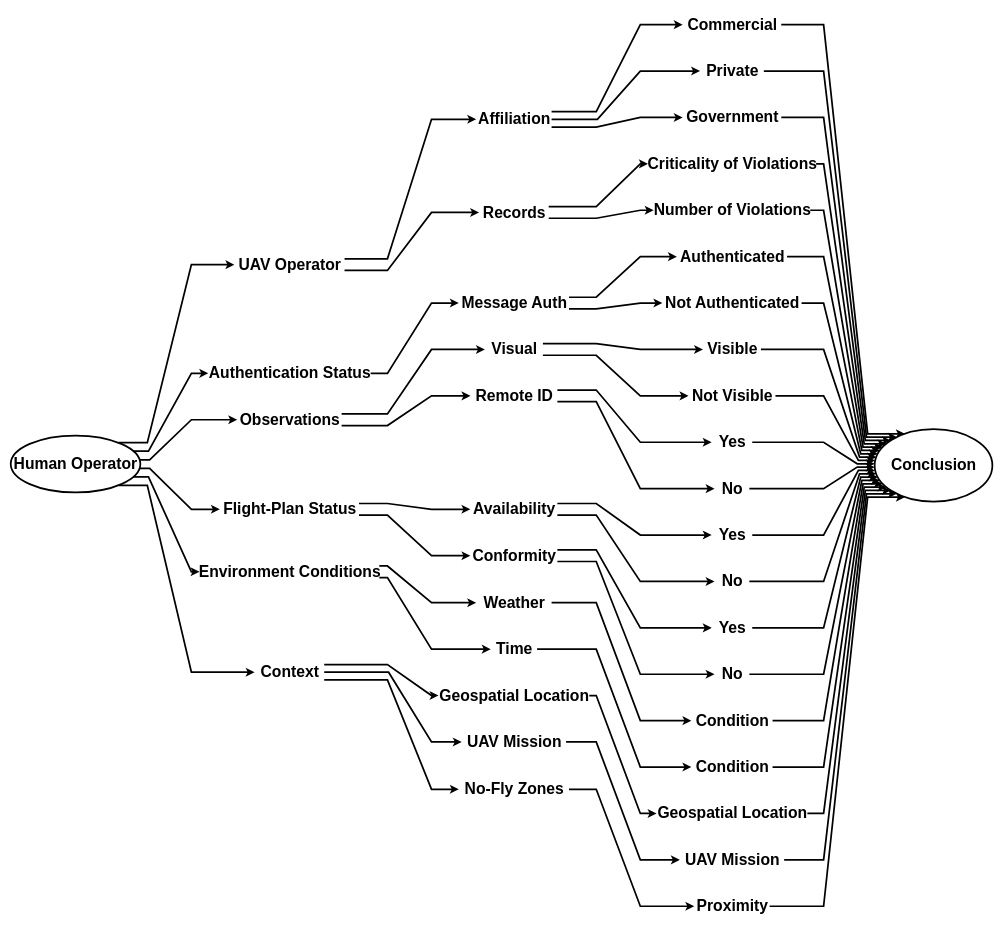
Above: GenZero/UTM-decision-complexity.drawio in madatr/UTM-Diagrams (draw.io), before the change. Source tidied: cells renumbered, new cells numbered last; positions are measured from the earlier drawing's top-left corner, leaving out a move shared by most shapes. Both pictures are drawn from the tidied source at 58%, with x=0, y=0 at pixel (10, 10).
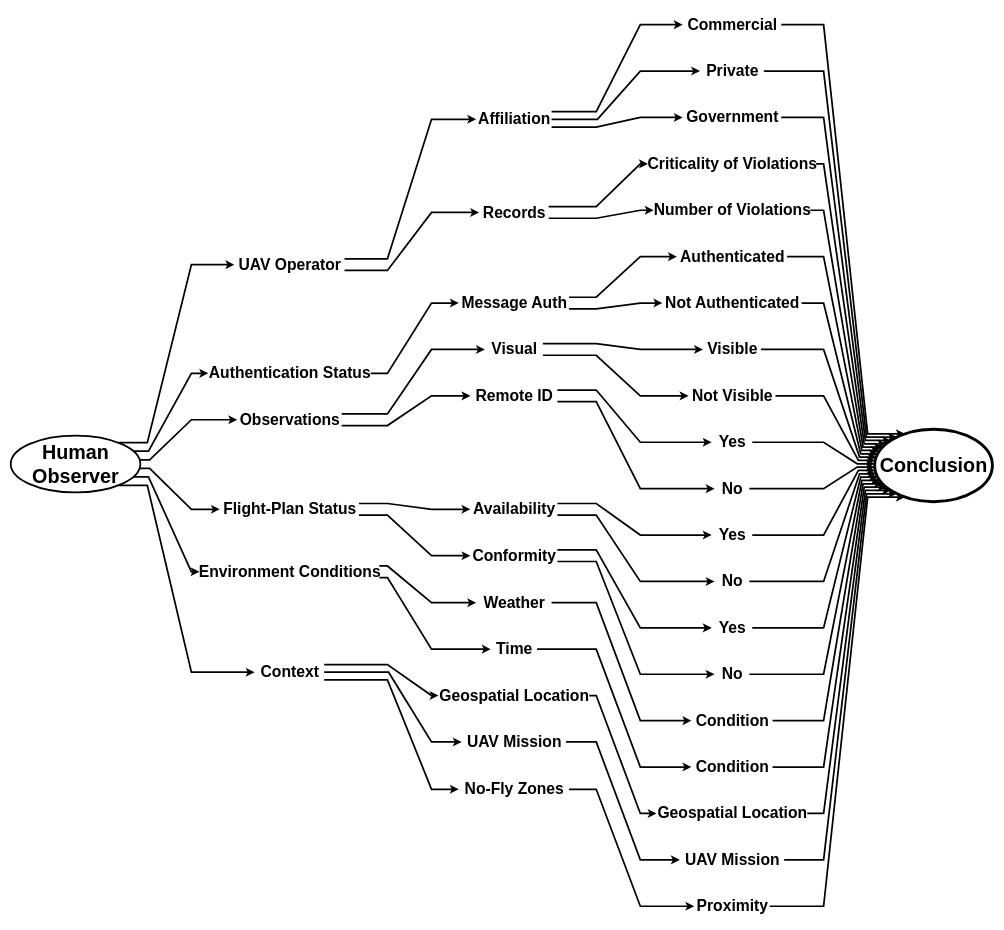
The same diagram, later.

Diff of the diagram source:
```diff
@@
-    <mxCell id="98" value="Human Operator" style="ellipse;whiteSpace=wrap;html=1;fontSize=27;fontStyle=1;strokeWidth=3;" parent="1" vertex="1">
+    <mxCell id="98" value="&lt;font style=&quot;font-size: 34px;&quot;&gt;Human Observer&lt;/font&gt;" style="ellipse;whiteSpace=wrap;html=1;fontSize=27;fontStyle=1;strokeWidth=3;" parent="1" vertex="1">
       <mxGeometry y="733.5" width="223.5" height="98.1" as="geometry" />
     </mxCell>
-    <mxCell id="99" value="Conclusion" style="ellipse;whiteSpace=wrap;html=1;fontSize=27;fontStyle=1;strokeWidth=3;" parent="1" vertex="1">
+    <mxCell id="99" value="Conclusion" style="ellipse;whiteSpace=wrap;html=1;fontSize=34;fontStyle=1;strokeWidth=5;" parent="1" vertex="1">
       <mxGeometry x="1489.5" y="722.5" width="203" height="125" as="geometry" />
     </mxCell>
```
